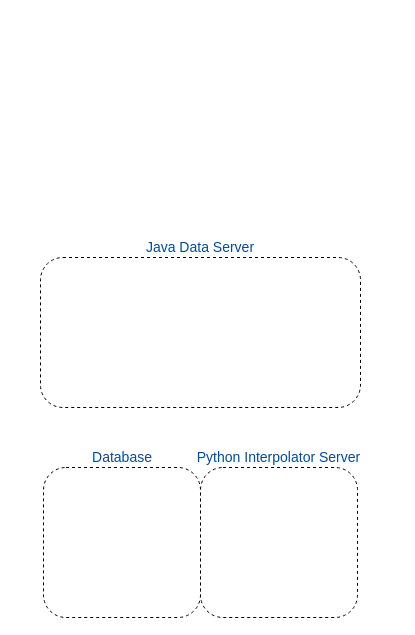
Earlier version of the draw.io diagram architecture.drawio (xiangsanliu/drawio). Source tidied: cells renumbered, new cells numbered last; positions are measured from the earlier drawing's top-left corner, leaving out a move shared by most shapes. Both pictures are drawn from the tidied source at 100%, with x=0, y=0 at pixel (16, 237).
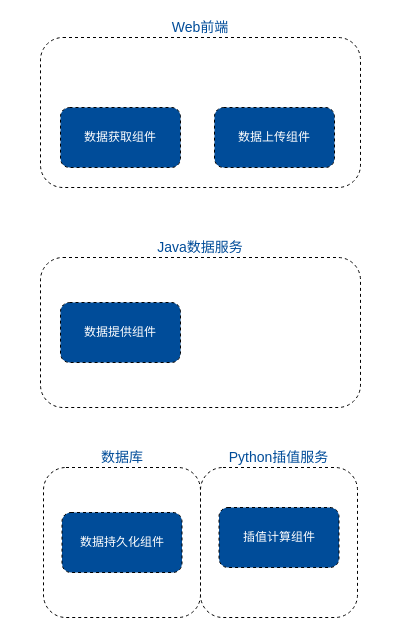
The same diagram, later.

What changed in the source:
```diff
@@
 <mxGraphModel>
   <root>
     <mxCell id="0" />
     <mxCell id="1" parent="0" />
     <mxCell id="2" style="rounded=1;whiteSpace=wrap;html=1;dashed=1;" parent="1" vertex="1">
       <mxGeometry x="24" y="20" width="320" height="150" as="geometry" />
     </mxCell>
-    <mxCell id="3" value="&lt;font color=&quot;#004c99&quot; style=&quot;font-size: 14px&quot;&gt;Java Data Server&lt;/font&gt;" style="text;html=1;strokeColor=none;fillColor=none;align=center;verticalAlign=middle;whiteSpace=wrap;rounded=0;dashed=1;" parent="1" vertex="1">
+    <mxCell id="3" value="&lt;font color=&quot;#004c99&quot;&gt;&lt;span style=&quot;font-size: 14px&quot;&gt;Java数据服务&lt;/span&gt;&lt;/font&gt;" style="text;html=1;strokeColor=none;fillColor=none;align=center;verticalAlign=middle;whiteSpace=wrap;rounded=0;dashed=1;" parent="1" vertex="1">
       <mxGeometry x="79" width="210" height="20" as="geometry" />
     </mxCell>
     <mxCell id="4" style="rounded=1;whiteSpace=wrap;html=1;dashed=1;" parent="1" vertex="1">
       <mxGeometry x="27" y="230" width="157" height="150" as="geometry" />
     </mxCell>
     <mxCell id="5" style="rounded=1;whiteSpace=wrap;html=1;dashed=1;" parent="1" vertex="1">
       <mxGeometry x="184" y="230" width="157" height="150" as="geometry" />
     </mxCell>
-    <mxCell id="6" value="&lt;font color=&quot;#004c99&quot; style=&quot;font-size: 14px&quot;&gt;Database&lt;/font&gt;" style="text;html=1;strokeColor=none;fillColor=none;align=center;verticalAlign=middle;whiteSpace=wrap;rounded=0;dashed=1;" parent="1" vertex="1">
+    <mxCell id="6" value="&lt;font color=&quot;#004c99&quot;&gt;&lt;span style=&quot;font-size: 14px&quot;&gt;数据库&lt;/span&gt;&lt;/font&gt;" style="text;html=1;strokeColor=none;fillColor=none;align=center;verticalAlign=middle;whiteSpace=wrap;rounded=0;dashed=1;" parent="1" vertex="1">
       <mxGeometry x="0.5" y="210" width="210" height="20" as="geometry" />
     </mxCell>
-    <mxCell id="7" value="&lt;font color=&quot;#004c99&quot; style=&quot;font-size: 14px&quot;&gt;Python Interpolator Server&lt;/font&gt;" style="text;html=1;strokeColor=none;fillColor=none;align=center;verticalAlign=middle;whiteSpace=wrap;rounded=0;dashed=1;" parent="1" vertex="1">
+    <mxCell id="7" value="&lt;font color=&quot;#004c99&quot; style=&quot;font-size: 14px&quot;&gt;Python插值服务&lt;/font&gt;" style="text;html=1;strokeColor=none;fillColor=none;align=center;verticalAlign=middle;whiteSpace=wrap;rounded=0;dashed=1;" parent="1" vertex="1">
       <mxGeometry x="144.2" y="210" width="236.5" height="20" as="geometry" />
     </mxCell>
+    <mxCell id="8" style="rounded=1;whiteSpace=wrap;html=1;dashed=1;" parent="1" vertex="1">
+      <mxGeometry x="24" y="-200" width="320" height="150" as="geometry" />
+    </mxCell>
+    <mxCell id="9" value="&lt;font color=&quot;#004c99&quot;&gt;&lt;span style=&quot;font-size: 14px&quot;&gt;Web前端&lt;/span&gt;&lt;/font&gt;" style="text;html=1;strokeColor=none;fillColor=none;align=center;verticalAlign=middle;whiteSpace=wrap;rounded=0;dashed=1;" parent="1" vertex="1">
+      <mxGeometry x="79" y="-220" width="210" height="20" as="geometry" />
+    </mxCell>
+    <mxCell id="10" value="&lt;font color=&quot;#ffffff&quot;&gt;数据上传组件&lt;br&gt;&lt;/font&gt;" style="rounded=1;whiteSpace=wrap;html=1;dashed=1;fillColor=#004C99;" parent="1" vertex="1">
+      <mxGeometry x="198" y="-130" width="120" height="60" as="geometry" />
+    </mxCell>
+    <mxCell id="11" value="&lt;font color=&quot;#ffffff&quot;&gt;数据获取组件&lt;/font&gt;" style="rounded=1;whiteSpace=wrap;html=1;dashed=1;fillColor=#004C99;" parent="1" vertex="1">
+      <mxGeometry x="44" y="-130" width="120" height="60" as="geometry" />
+    </mxCell>
+    <mxCell id="12" value="&lt;font color=&quot;#ffffff&quot;&gt;数据提供组件&lt;/font&gt;" style="rounded=1;whiteSpace=wrap;html=1;dashed=1;fillColor=#004C99;" parent="1" vertex="1">
+      <mxGeometry x="44" y="65" width="120" height="60" as="geometry" />
+    </mxCell>
+    <mxCell id="13" value="&lt;font color=&quot;#ffffff&quot;&gt;插值计算组件&lt;/font&gt;" style="rounded=1;whiteSpace=wrap;html=1;dashed=1;fillColor=#004C99;" parent="1" vertex="1">
+      <mxGeometry x="202.5" y="270" width="120" height="60" as="geometry" />
+    </mxCell>
+    <mxCell id="14" value="&lt;font color=&quot;#ffffff&quot;&gt;数据持久化组件&lt;/font&gt;" style="rounded=1;whiteSpace=wrap;html=1;dashed=1;fillColor=#004C99;" parent="1" vertex="1">
+      <mxGeometry x="45.5" y="275" width="120" height="60" as="geometry" />
+    </mxCell>
   </root>
 </mxGraphModel>
```
